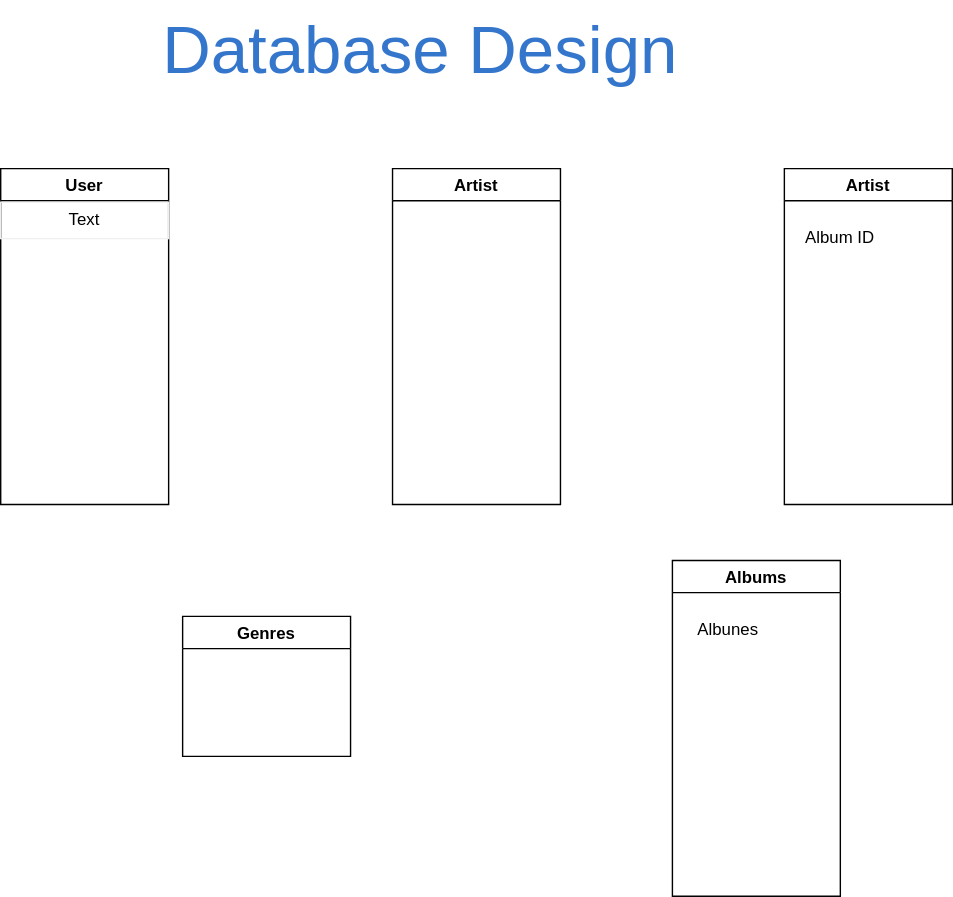
The draw.io diagram BBDD/DatabaseDesign.drawio.svg in FernandoFH/Spotify-clone, before a commit. Source tidied: cells renumbered, new cells last; positions are measured from the earlier drawing's top-left corner, leaving out a move shared by most shapes.
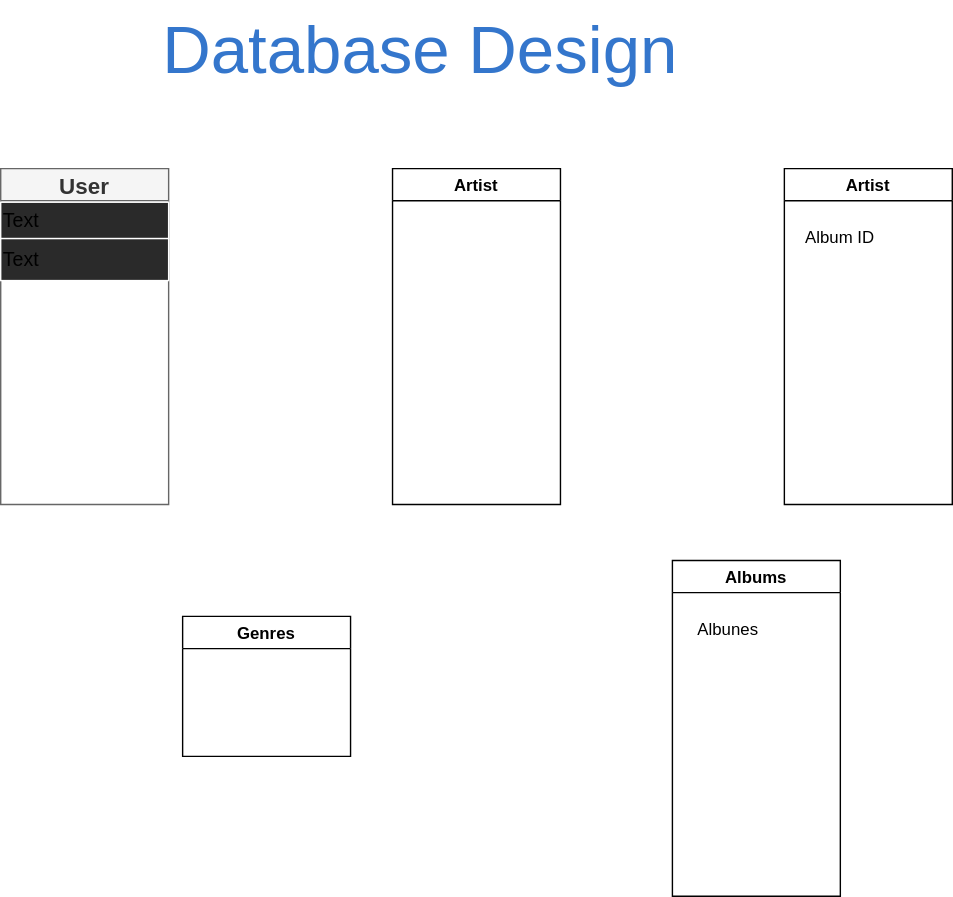
The same file after the commit.

The edit, as a diff of the source:
```diff
@@ -8,12 +8,15 @@
     <mxCell id="3" value="Artist" style="swimlane;startSize=23;" parent="1" vertex="1">
       <mxGeometry x="280" y="120" width="120" height="240" as="geometry" />
     </mxCell>
-    <mxCell id="4" value="User" style="swimlane;" parent="1" vertex="1">
+    <mxCell id="4" value="User" style="swimlane;fillColor=#f5f5f5;strokeColor=#666666;fontColor=#333333;fontSize=16;" parent="1" vertex="1">
       <mxGeometry y="120" width="120" height="240" as="geometry" />
     </mxCell>
-    <mxCell id="5" value="Text" style="text;html=1;fillColor=none;align=center;verticalAlign=middle;whiteSpace=wrap;rounded=0;strokeWidth=1;strokeColor=#f0f0f0;" parent="4" vertex="1">
+    <mxCell id="5" value="&amp;nbsp; Text" style="text;html=1;align=left;verticalAlign=middle;whiteSpace=wrap;rounded=0;strokeWidth=1;fillColor=#2a2a2a;strokeColor=#FFFFFF;fontSize=14;" parent="4" vertex="1">
       <mxGeometry y="24" width="120" height="26" as="geometry" />
     </mxCell>
+    <mxCell id="11" value="&amp;nbsp; Text" style="text;html=1;align=left;verticalAlign=middle;whiteSpace=wrap;rounded=0;strokeWidth=1;fillColor=#2a2a2a;strokeColor=#FFFFFF;fontSize=14;" parent="4" vertex="1">
+      <mxGeometry y="50" width="120" height="30" as="geometry" />
+    </mxCell>
     <mxCell id="6" value="Artist" style="swimlane;" parent="1" vertex="1">
       <mxGeometry x="560" y="120" width="120" height="240" as="geometry" />
     </mxCell>
```
